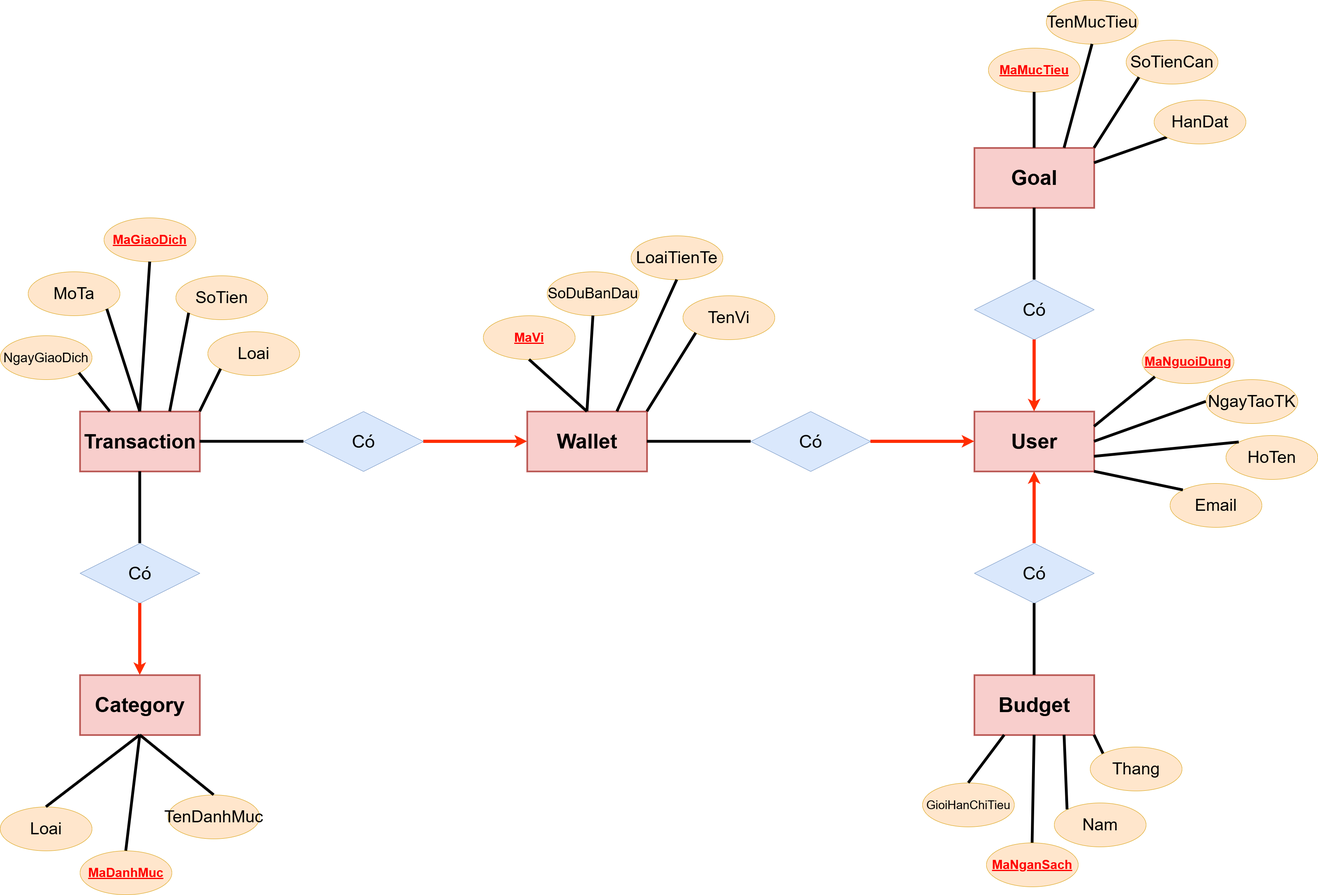
Before: PostgreSQL/session-01-database-overview/He_Thong_Quan_Ly_Giao_Dich_&_Phan_Tich_Tai_Chinh_Ca_Nhan/docs/erd.png, a diagram exported from draw.io (ng-trng-phcc/Assignment_Rikkei). Source tidied: cells renumbered, new cells last; positions are measured from the earlier drawing's top-left corner, leaving out a move shared by most shapes. The source it was exported from:
```xml
<mxGraphModel>
  <root>
    <mxCell id="0" />
    <mxCell id="1" parent="0" />
    <mxCell id="2" value="User" style="whiteSpace=wrap;html=1;align=center;fontSize=52;strokeWidth=4;fillColor=#f8cecc;strokeColor=#b85450;fontStyle=1;" parent="1" vertex="1">
      <mxGeometry x="2440" y="1030" width="300" height="150" as="geometry" />
    </mxCell>
    <mxCell id="3" value="Wallet" style="whiteSpace=wrap;html=1;align=center;fontSize=52;strokeWidth=4;fillColor=#f8cecc;strokeColor=#b85450;fontStyle=1;" parent="1" vertex="1">
      <mxGeometry x="1320" y="1030" width="300" height="150" as="geometry" />
    </mxCell>
    <mxCell id="4" value="Category" style="whiteSpace=wrap;html=1;align=center;fontSize=52;strokeWidth=4;fillColor=#f8cecc;strokeColor=#b85450;fontStyle=1;" parent="1" vertex="1">
      <mxGeometry x="200" y="1690" width="300" height="150" as="geometry" />
    </mxCell>
    <mxCell id="5" value="Transaction" style="whiteSpace=wrap;html=1;align=center;fontSize=50;strokeWidth=4;fillColor=#f8cecc;strokeColor=#b85450;fontStyle=1;" parent="1" vertex="1">
      <mxGeometry x="200" y="1030" width="300" height="150" as="geometry" />
    </mxCell>
    <mxCell id="6" value="Budget" style="whiteSpace=wrap;html=1;align=center;fontSize=52;strokeWidth=4;fillColor=#f8cecc;strokeColor=#b85450;fontStyle=1;" parent="1" vertex="1">
      <mxGeometry x="2440" y="1690" width="300" height="150" as="geometry" />
    </mxCell>
    <mxCell id="7" value="Goal" style="whiteSpace=wrap;html=1;align=center;fontSize=52;strokeWidth=4;fillColor=#f8cecc;strokeColor=#b85450;fontStyle=1;" parent="1" vertex="1">
      <mxGeometry x="2440" y="370" width="300" height="150" as="geometry" />
    </mxCell>
    <mxCell id="8" value="Có" style="shape=rhombus;perimeter=rhombusPerimeter;whiteSpace=wrap;html=1;align=center;fontSize=45;fillColor=#dae8fc;strokeColor=#6c8ebf;" parent="1" vertex="1">
      <mxGeometry x="1880" y="1030" width="300" height="150" as="geometry" />
    </mxCell>
    <mxCell id="9" style="endArrow=none;html=1;rounded=0;strokeWidth=7;entryX=0;entryY=0.5;entryDx=0;entryDy=0;exitX=1;exitY=0.5;exitDx=0;exitDy=0;" parent="1" edge="1" source="3" target="8">
      <mxGeometry relative="1" as="geometry" />
    </mxCell>
    <mxCell id="10" style="endArrow=none;html=1;rounded=0;strokeWidth=8;entryX=1;entryY=0.5;entryDx=0;entryDy=0;exitX=0;exitY=0.5;exitDx=0;exitDy=0;strokeColor=#FF2D00;startArrow=classic;startFill=1;" parent="1" edge="1" source="2" target="8">
      <mxGeometry relative="1" as="geometry" />
    </mxCell>
    <mxCell id="11" style="endArrow=none;html=1;rounded=0;strokeWidth=8;entryX=1;entryY=0.5;entryDx=0;entryDy=0;exitX=0;exitY=0.5;exitDx=0;exitDy=0;strokeColor=#FF2D00;startArrow=classic;startFill=1;" parent="1" edge="1" source="3" target="12">
      <mxGeometry relative="1" as="geometry" />
    </mxCell>
    <mxCell id="12" value="Có" style="shape=rhombus;perimeter=rhombusPerimeter;whiteSpace=wrap;html=1;align=center;fontSize=45;fillColor=#dae8fc;strokeColor=#6c8ebf;" parent="1" vertex="1">
      <mxGeometry x="760" y="1030" width="300" height="150" as="geometry" />
    </mxCell>
    <mxCell id="13" style="endArrow=none;html=1;rounded=0;strokeWidth=7;entryX=0;entryY=0.5;entryDx=0;entryDy=0;exitX=1;exitY=0.5;exitDx=0;exitDy=0;" parent="1" edge="1" source="5" target="12">
      <mxGeometry relative="1" as="geometry" />
    </mxCell>
    <mxCell id="14" value="Có" style="shape=rhombus;perimeter=rhombusPerimeter;whiteSpace=wrap;html=1;align=center;fontSize=45;fillColor=#dae8fc;strokeColor=#6c8ebf;" parent="1" vertex="1">
      <mxGeometry x="200" y="1360" width="300" height="150" as="geometry" />
    </mxCell>
    <mxCell id="15" style="endArrow=none;html=1;rounded=0;strokeWidth=8;entryX=0.5;entryY=1;entryDx=0;entryDy=0;exitX=0.5;exitY=0;exitDx=0;exitDy=0;strokeColor=#FF2D00;startArrow=classic;startFill=1;" parent="1" edge="1" source="4" target="14">
      <mxGeometry relative="1" as="geometry" />
    </mxCell>
    <mxCell id="16" style="endArrow=none;html=1;rounded=0;strokeWidth=7;entryX=0.5;entryY=1;entryDx=0;entryDy=0;exitX=0.5;exitY=0;exitDx=0;exitDy=0;" parent="1" edge="1" source="14" target="5">
      <mxGeometry relative="1" as="geometry" />
    </mxCell>
    <mxCell id="17" value="Có" style="shape=rhombus;perimeter=rhombusPerimeter;whiteSpace=wrap;html=1;align=center;fontSize=45;fillColor=#dae8fc;strokeColor=#6c8ebf;" parent="1" vertex="1">
      <mxGeometry x="2440" y="1360" width="300" height="150" as="geometry" />
    </mxCell>
    <mxCell id="18" style="endArrow=none;html=1;rounded=0;strokeWidth=8;entryX=0.5;entryY=0;entryDx=0;entryDy=0;exitX=0.5;exitY=1;exitDx=0;exitDy=0;strokeColor=#FF2D00;startArrow=classic;startFill=1;" parent="1" edge="1" source="2" target="17">
      <mxGeometry relative="1" as="geometry" />
    </mxCell>
    <mxCell id="19" style="endArrow=none;html=1;rounded=0;strokeWidth=7;entryX=0.5;entryY=0;entryDx=0;entryDy=0;exitX=0.5;exitY=1;exitDx=0;exitDy=0;" parent="1" edge="1" source="17" target="6">
      <mxGeometry relative="1" as="geometry" />
    </mxCell>
    <mxCell id="20" value="Có" style="shape=rhombus;perimeter=rhombusPerimeter;whiteSpace=wrap;html=1;align=center;fontSize=45;fillColor=#dae8fc;strokeColor=#6c8ebf;" parent="1" vertex="1">
      <mxGeometry x="2440" y="700" width="300" height="150" as="geometry" />
    </mxCell>
    <mxCell id="21" style="endArrow=none;html=1;rounded=0;strokeWidth=8;exitX=0.5;exitY=0;exitDx=0;exitDy=0;strokeColor=#FF2D00;startArrow=classic;startFill=1;entryX=0.5;entryY=1;entryDx=0;entryDy=0;" parent="1" edge="1" source="2" target="20">
      <mxGeometry relative="1" as="geometry" />
    </mxCell>
    <mxCell id="22" style="endArrow=none;html=1;rounded=0;strokeWidth=7;entryX=0.5;entryY=1;entryDx=0;entryDy=0;exitX=0.5;exitY=0;exitDx=0;exitDy=0;" parent="1" edge="1" source="20" target="7">
      <mxGeometry relative="1" as="geometry" />
    </mxCell>
    <mxCell id="23" value="HoTen" style="ellipse;whiteSpace=wrap;html=1;align=center;fontSize=42;fillColor=#ffe6cc;strokeColor=#d79b00;" parent="1" vertex="1">
      <mxGeometry x="3070" y="1090" width="230" height="110" as="geometry" />
    </mxCell>
    <mxCell id="24" value="MaNguoiDung" style="ellipse;whiteSpace=wrap;html=1;align=center;fontSize=32;fontStyle=5;fillColor=#ffe6cc;strokeColor=#d79b00;fontColor=#FF0000;" parent="1" vertex="1">
      <mxGeometry x="2860" y="850" width="230" height="110" as="geometry" />
    </mxCell>
    <mxCell id="25" value="Email" style="ellipse;whiteSpace=wrap;html=1;align=center;fontSize=42;fillColor=#ffe6cc;strokeColor=#d79b00;" parent="1" vertex="1">
      <mxGeometry x="2930" y="1210" width="230" height="110" as="geometry" />
    </mxCell>
    <mxCell id="26" value="NgayTaoTK" style="ellipse;whiteSpace=wrap;html=1;align=center;fontSize=42;fillColor=#ffe6cc;strokeColor=#d79b00;" parent="1" vertex="1">
      <mxGeometry x="3020" y="950" width="230" height="110" as="geometry" />
    </mxCell>
    <mxCell id="27" style="endArrow=none;html=1;rounded=0;strokeWidth=7;entryX=1;entryY=0.25;entryDx=0;entryDy=0;exitX=0;exitY=1;exitDx=0;exitDy=0;" parent="1" edge="1" source="67" target="7">
      <mxGeometry relative="1" as="geometry" />
    </mxCell>
    <mxCell id="28" style="endArrow=none;html=1;rounded=0;strokeWidth=7;entryX=1;entryY=1;entryDx=0;entryDy=0;exitX=0;exitY=0;exitDx=0;exitDy=0;" parent="1" edge="1" source="25" target="2">
      <mxGeometry relative="1" as="geometry" />
    </mxCell>
    <mxCell id="29" style="endArrow=none;html=1;rounded=0;strokeWidth=7;entryX=0;entryY=0;entryDx=0;entryDy=0;exitX=1;exitY=0.75;exitDx=0;exitDy=0;" parent="1" edge="1" source="2" target="23">
      <mxGeometry relative="1" as="geometry" />
    </mxCell>
    <mxCell id="30" style="endArrow=none;html=1;rounded=0;strokeWidth=7;entryX=1;entryY=0.5;entryDx=0;entryDy=0;exitX=0;exitY=0.5;exitDx=0;exitDy=0;" parent="1" edge="1" source="26" target="2">
      <mxGeometry relative="1" as="geometry" />
    </mxCell>
    <mxCell id="31" style="endArrow=none;html=1;rounded=0;strokeWidth=7;entryX=1;entryY=0.25;entryDx=0;entryDy=0;exitX=0;exitY=1;exitDx=0;exitDy=0;" parent="1" edge="1" source="24" target="2">
      <mxGeometry relative="1" as="geometry" />
    </mxCell>
    <mxCell id="32" value="MaVi" style="ellipse;whiteSpace=wrap;html=1;align=center;fontSize=32;fontStyle=5;fillColor=#ffe6cc;strokeColor=#d79b00;fontColor=#FF0000;" parent="1" vertex="1">
      <mxGeometry x="1210" y="790" width="230" height="110" as="geometry" />
    </mxCell>
    <mxCell id="33" value="TenVi" style="ellipse;whiteSpace=wrap;html=1;align=center;fontSize=42;fillColor=#ffe6cc;strokeColor=#d79b00;" parent="1" vertex="1">
      <mxGeometry x="1710" y="740" width="230" height="110" as="geometry" />
    </mxCell>
    <mxCell id="34" value="SoDuBanDau" style="ellipse;whiteSpace=wrap;html=1;align=center;fontSize=37;fillColor=#ffe6cc;strokeColor=#d79b00;" parent="1" vertex="1">
      <mxGeometry x="1370" y="680" width="230" height="110" as="geometry" />
    </mxCell>
    <mxCell id="35" value="LoaiTienTe" style="ellipse;whiteSpace=wrap;html=1;align=center;fontSize=42;fillColor=#ffe6cc;strokeColor=#d79b00;" parent="1" vertex="1">
      <mxGeometry x="1580" y="590" width="230" height="110" as="geometry" />
    </mxCell>
    <mxCell id="36" style="endArrow=none;html=1;rounded=0;strokeWidth=7;entryX=1;entryY=0;entryDx=0;entryDy=0;exitX=0;exitY=1;exitDx=0;exitDy=0;" parent="1" edge="1" source="33" target="3">
      <mxGeometry relative="1" as="geometry" />
    </mxCell>
    <mxCell id="37" style="endArrow=none;html=1;rounded=0;strokeWidth=7;entryX=0.5;entryY=0;entryDx=0;entryDy=0;exitX=0.5;exitY=1;exitDx=0;exitDy=0;" parent="1" edge="1" source="34" target="3">
      <mxGeometry relative="1" as="geometry" />
    </mxCell>
    <mxCell id="38" style="endArrow=none;html=1;rounded=0;strokeWidth=7;entryX=0.75;entryY=0;entryDx=0;entryDy=0;exitX=0.5;exitY=1;exitDx=0;exitDy=0;" parent="1" edge="1" source="35" target="3">
      <mxGeometry relative="1" as="geometry" />
    </mxCell>
    <mxCell id="39" style="endArrow=none;html=1;rounded=0;strokeWidth=7;entryX=0.5;entryY=0;entryDx=0;entryDy=0;exitX=0.5;exitY=1;exitDx=0;exitDy=0;" parent="1" edge="1" source="32" target="3">
      <mxGeometry relative="1" as="geometry" />
    </mxCell>
    <mxCell id="40" value="MaDanhMuc" style="ellipse;whiteSpace=wrap;html=1;align=center;fontSize=32;fontStyle=5;fillColor=#ffe6cc;strokeColor=#d79b00;fontColor=#FF0000;" parent="1" vertex="1">
      <mxGeometry x="200" y="2130" width="230" height="110" as="geometry" />
    </mxCell>
    <mxCell id="41" value="TenDanhMuc" style="ellipse;whiteSpace=wrap;html=1;align=center;fontSize=42;fillColor=#ffe6cc;strokeColor=#d79b00;" parent="1" vertex="1">
      <mxGeometry x="420" y="1990" width="230" height="110" as="geometry" />
    </mxCell>
    <mxCell id="42" value="Loai" style="ellipse;whiteSpace=wrap;html=1;align=center;fontSize=42;fillColor=#ffe6cc;strokeColor=#d79b00;" parent="1" vertex="1">
      <mxGeometry y="2020" width="230" height="110" as="geometry" />
    </mxCell>
    <mxCell id="43" style="endArrow=none;html=1;rounded=0;strokeWidth=7;entryX=0.5;entryY=0;entryDx=0;entryDy=0;exitX=0.5;exitY=1;exitDx=0;exitDy=0;" parent="1" edge="1" source="4" target="41">
      <mxGeometry relative="1" as="geometry" />
    </mxCell>
    <mxCell id="44" style="endArrow=none;html=1;rounded=0;strokeWidth=7;entryX=0.5;entryY=0;entryDx=0;entryDy=0;exitX=0.5;exitY=1;exitDx=0;exitDy=0;" parent="1" edge="1" source="4" target="40">
      <mxGeometry relative="1" as="geometry" />
    </mxCell>
    <mxCell id="45" style="endArrow=none;html=1;rounded=0;strokeWidth=7;entryX=0.5;entryY=1;entryDx=0;entryDy=0;exitX=0.5;exitY=0;exitDx=0;exitDy=0;" parent="1" edge="1" source="42" target="4">
      <mxGeometry relative="1" as="geometry" />
    </mxCell>
    <mxCell id="46" value="MaGiaoDich" style="ellipse;whiteSpace=wrap;html=1;align=center;fontSize=32;fontStyle=5;fillColor=#ffe6cc;strokeColor=#d79b00;fontColor=#FF0000;" parent="1" vertex="1">
      <mxGeometry x="260" y="545" width="230" height="110" as="geometry" />
    </mxCell>
    <mxCell id="47" value="NgayGiaoDich" style="ellipse;whiteSpace=wrap;html=1;align=center;fontSize=33;fillColor=#ffe6cc;strokeColor=#d79b00;" parent="1" vertex="1">
      <mxGeometry y="840" width="230" height="110" as="geometry" />
    </mxCell>
    <mxCell id="48" value="SoTien" style="ellipse;whiteSpace=wrap;html=1;align=center;fontSize=42;fillColor=#ffe6cc;strokeColor=#d79b00;" parent="1" vertex="1">
      <mxGeometry x="440" y="690" width="230" height="110" as="geometry" />
    </mxCell>
    <mxCell id="49" value="MoTa" style="ellipse;whiteSpace=wrap;html=1;align=center;fontSize=42;fillColor=#ffe6cc;strokeColor=#d79b00;" parent="1" vertex="1">
      <mxGeometry x="70" y="680" width="230" height="110" as="geometry" />
    </mxCell>
    <mxCell id="50" value="Loai" style="ellipse;whiteSpace=wrap;html=1;align=center;fontSize=42;fillColor=#ffe6cc;strokeColor=#d79b00;" parent="1" vertex="1">
      <mxGeometry x="520" y="830" width="230" height="110" as="geometry" />
    </mxCell>
    <mxCell id="51" style="endArrow=none;html=1;rounded=0;strokeWidth=7;entryX=1;entryY=0;entryDx=0;entryDy=0;exitX=0;exitY=1;exitDx=0;exitDy=0;" parent="1" edge="1" source="50" target="5">
      <mxGeometry relative="1" as="geometry" />
    </mxCell>
    <mxCell id="52" style="endArrow=none;html=1;rounded=0;strokeWidth=7;entryX=0.75;entryY=0;entryDx=0;entryDy=0;exitX=0;exitY=1;exitDx=0;exitDy=0;" parent="1" edge="1" source="48" target="5">
      <mxGeometry relative="1" as="geometry" />
    </mxCell>
    <mxCell id="53" style="endArrow=none;html=1;rounded=0;strokeWidth=7;entryX=0.5;entryY=0;entryDx=0;entryDy=0;exitX=0.5;exitY=1;exitDx=0;exitDy=0;" parent="1" edge="1" source="46" target="5">
      <mxGeometry relative="1" as="geometry" />
    </mxCell>
    <mxCell id="54" style="endArrow=none;html=1;rounded=0;strokeWidth=7;entryX=0.5;entryY=0;entryDx=0;entryDy=0;exitX=1;exitY=1;exitDx=0;exitDy=0;" parent="1" edge="1" source="49" target="5">
      <mxGeometry relative="1" as="geometry" />
    </mxCell>
    <mxCell id="55" style="endArrow=none;html=1;rounded=0;strokeWidth=7;entryX=1;entryY=1;entryDx=0;entryDy=0;exitX=0.25;exitY=0;exitDx=0;exitDy=0;" parent="1" edge="1" source="5" target="47">
      <mxGeometry relative="1" as="geometry" />
    </mxCell>
    <mxCell id="56" value="Thang" style="ellipse;whiteSpace=wrap;html=1;align=center;fontSize=42;fillColor=#ffe6cc;strokeColor=#d79b00;" parent="1" vertex="1">
      <mxGeometry x="2730" y="1870" width="230" height="110" as="geometry" />
    </mxCell>
    <mxCell id="57" value="Nam" style="ellipse;whiteSpace=wrap;html=1;align=center;fontSize=42;fillColor=#ffe6cc;strokeColor=#d79b00;" parent="1" vertex="1">
      <mxGeometry x="2640" y="2010" width="230" height="110" as="geometry" />
    </mxCell>
    <mxCell id="58" value="MaNganSach" style="ellipse;whiteSpace=wrap;html=1;align=center;fontSize=32;fontStyle=5;fillColor=#ffe6cc;strokeColor=#d79b00;fontColor=#FF0000;" parent="1" vertex="1">
      <mxGeometry x="2470" y="2110" width="230" height="110" as="geometry" />
    </mxCell>
    <mxCell id="59" value="GioiHanChiTieu" style="ellipse;whiteSpace=wrap;html=1;align=center;fontSize=30;fillColor=#ffe6cc;strokeColor=#d79b00;" parent="1" vertex="1">
      <mxGeometry x="2310" y="1960" width="230" height="110" as="geometry" />
    </mxCell>
    <mxCell id="60" style="endArrow=none;html=1;rounded=0;strokeWidth=7;entryX=0;entryY=0;entryDx=0;entryDy=0;exitX=1;exitY=1;exitDx=0;exitDy=0;" parent="1" edge="1" source="6" target="56">
      <mxGeometry relative="1" as="geometry" />
    </mxCell>
    <mxCell id="61" style="endArrow=none;html=1;rounded=0;strokeWidth=7;entryX=0;entryY=0;entryDx=0;entryDy=0;exitX=0.75;exitY=1;exitDx=0;exitDy=0;" parent="1" edge="1" source="6" target="57">
      <mxGeometry relative="1" as="geometry" />
    </mxCell>
    <mxCell id="62" style="endArrow=none;html=1;rounded=0;strokeWidth=7;entryX=0.5;entryY=0;entryDx=0;entryDy=0;exitX=0.5;exitY=1;exitDx=0;exitDy=0;" parent="1" edge="1" source="6" target="58">
      <mxGeometry relative="1" as="geometry" />
    </mxCell>
    <mxCell id="63" style="endArrow=none;html=1;rounded=0;strokeWidth=7;entryX=0.5;entryY=0;entryDx=0;entryDy=0;exitX=0.25;exitY=1;exitDx=0;exitDy=0;" parent="1" edge="1" source="6" target="59">
      <mxGeometry relative="1" as="geometry" />
    </mxCell>
    <mxCell id="64" value="MaMucTieu" style="ellipse;whiteSpace=wrap;html=1;align=center;fontSize=32;fontStyle=5;fillColor=#ffe6cc;strokeColor=#d79b00;fontColor=#FF0000;" parent="1" vertex="1">
      <mxGeometry x="2475" y="120" width="230" height="110" as="geometry" />
    </mxCell>
    <mxCell id="65" value="TenMucTieu" style="ellipse;whiteSpace=wrap;html=1;align=center;fontSize=42;fillColor=#ffe6cc;strokeColor=#d79b00;" parent="1" vertex="1">
      <mxGeometry x="2620" width="230" height="110" as="geometry" />
    </mxCell>
    <mxCell id="66" value="SoTienCan" style="ellipse;whiteSpace=wrap;html=1;align=center;fontSize=42;fillColor=#ffe6cc;strokeColor=#d79b00;" parent="1" vertex="1">
      <mxGeometry x="2820" y="100" width="230" height="110" as="geometry" />
    </mxCell>
    <mxCell id="67" value="HanDat" style="ellipse;whiteSpace=wrap;html=1;align=center;fontSize=42;fillColor=#ffe6cc;strokeColor=#d79b00;" parent="1" vertex="1">
      <mxGeometry x="2890" y="250" width="230" height="110" as="geometry" />
    </mxCell>
    <mxCell id="68" style="endArrow=none;html=1;rounded=0;strokeWidth=7;entryX=0;entryY=1;entryDx=0;entryDy=0;exitX=1;exitY=0;exitDx=0;exitDy=0;" parent="1" edge="1" source="7" target="66">
      <mxGeometry relative="1" as="geometry" />
    </mxCell>
    <mxCell id="69" style="endArrow=none;html=1;rounded=0;strokeWidth=7;entryX=0.5;entryY=1;entryDx=0;entryDy=0;exitX=0.75;exitY=0;exitDx=0;exitDy=0;" parent="1" edge="1" source="7" target="65">
      <mxGeometry relative="1" as="geometry" />
    </mxCell>
    <mxCell id="70" style="endArrow=none;html=1;rounded=0;strokeWidth=7;entryX=0.5;entryY=1;entryDx=0;entryDy=0;exitX=0.5;exitY=0;exitDx=0;exitDy=0;" parent="1" edge="1" source="7" target="64">
      <mxGeometry relative="1" as="geometry" />
    </mxCell>
  </root>
</mxGraphModel>
```
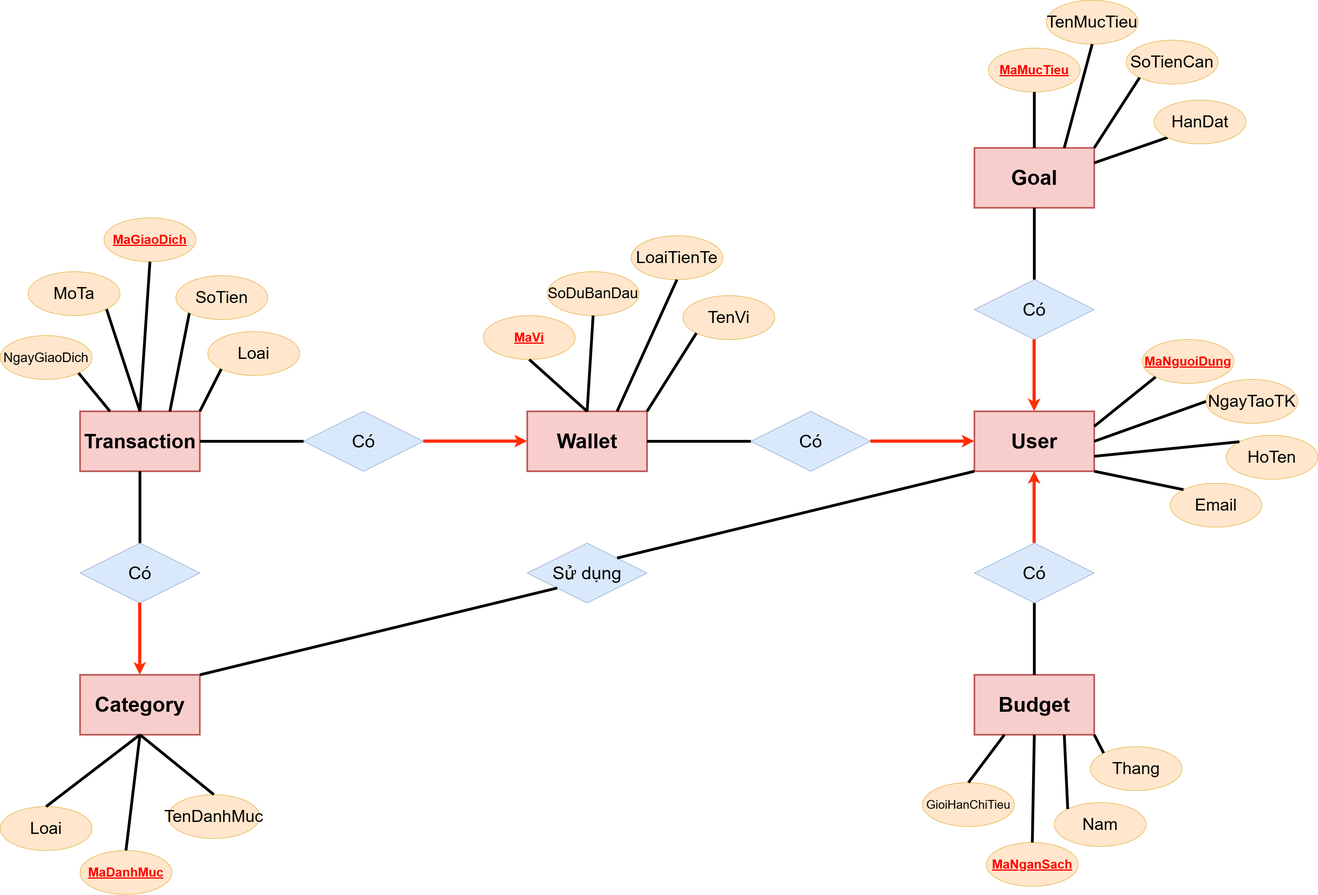
The same diagram one commit later.

What changed in the source:
```diff
@@ -209,5 +209,14 @@
     <mxCell id="70" style="endArrow=none;html=1;rounded=0;strokeWidth=7;entryX=0.5;entryY=1;entryDx=0;entryDy=0;exitX=0.5;exitY=0;exitDx=0;exitDy=0;" parent="1" edge="1" source="7" target="64">
       <mxGeometry relative="1" as="geometry" />
     </mxCell>
+    <mxCell id="71" value="Sử dụng" style="shape=rhombus;perimeter=rhombusPerimeter;whiteSpace=wrap;html=1;align=center;fontSize=45;fillColor=#dae8fc;strokeColor=#6c8ebf;" parent="1" vertex="1">
+      <mxGeometry x="1320" y="1360" width="300" height="150" as="geometry" />
+    </mxCell>
+    <mxCell id="72" style="endArrow=none;html=1;rounded=0;strokeWidth=7;entryX=1;entryY=0;entryDx=0;entryDy=0;exitX=0;exitY=1;exitDx=0;exitDy=0;" parent="1" edge="1" source="71" target="4">
+      <mxGeometry relative="1" as="geometry" />
+    </mxCell>
+    <mxCell id="73" style="endArrow=none;html=1;rounded=0;strokeWidth=7;entryX=0;entryY=1;entryDx=0;entryDy=0;exitX=1;exitY=0;exitDx=0;exitDy=0;" parent="1" edge="1" source="71" target="2">
+      <mxGeometry relative="1" as="geometry" />
+    </mxCell>
   </root>
 </mxGraphModel>
```
